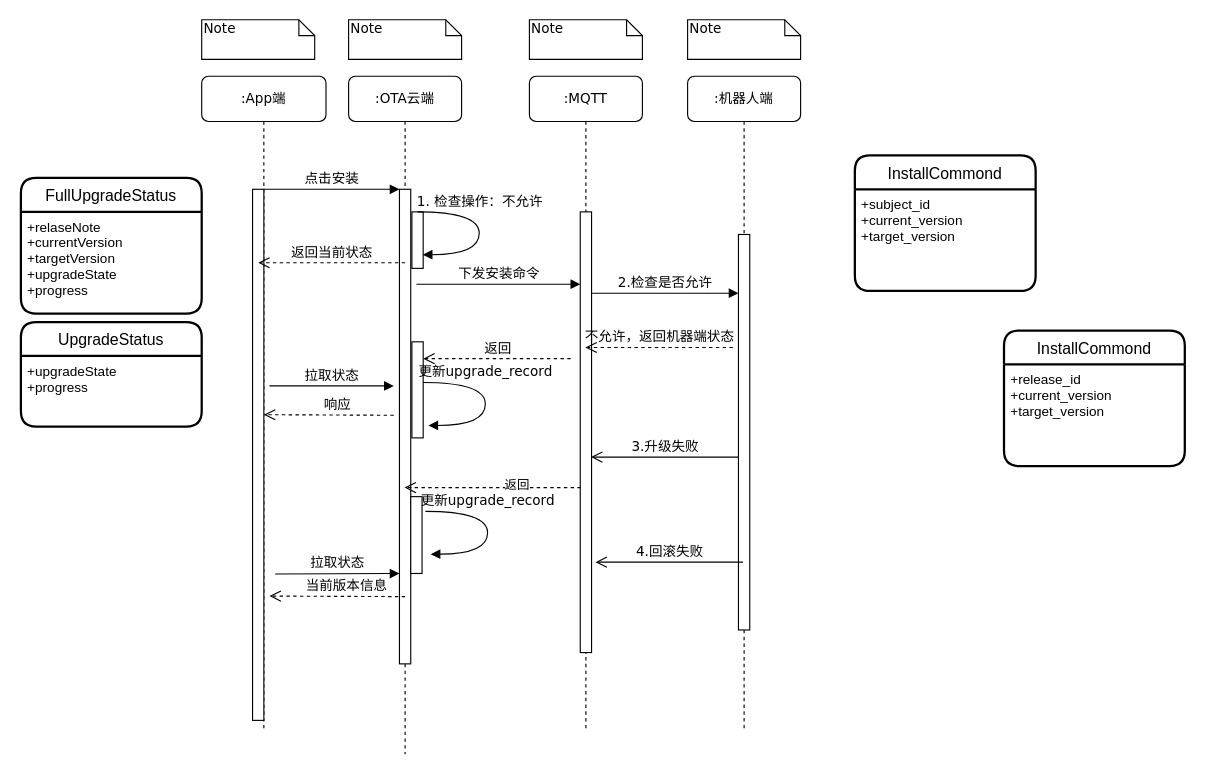
This is craft/ex upgrade_flow.drawio from feihu618/drawio, a draw.io file, before an edit. Source tidied: cells renumbered, new cells numbered last; positions are measured from the earlier drawing's top-left corner, leaving out a move shared by most shapes. Both pictures are drawn from the tidied source at 113%, with x=0, y=0 at pixel (20, 19).
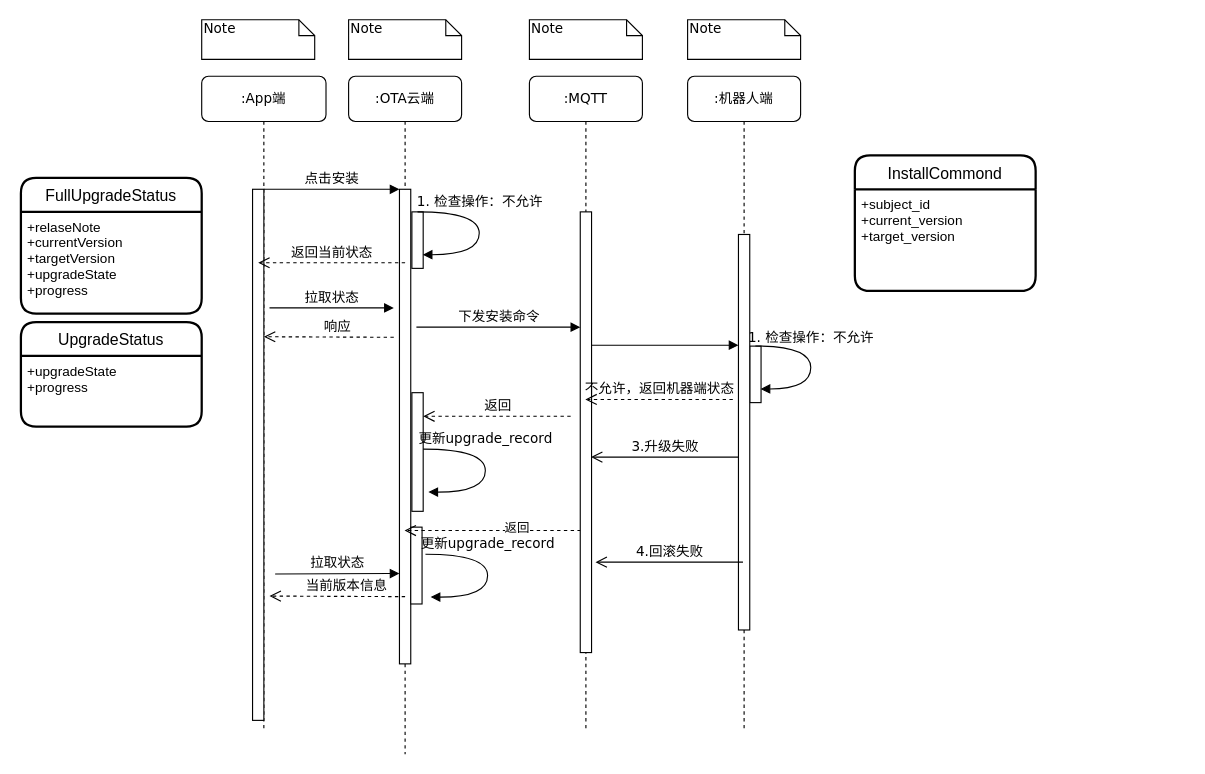
The same page after the edit.

Unchanged cells that the change refers to:
```xml
<mxCell id="2" value=":OTA云端" style="shape=umlLifeline;perimeter=lifelinePerimeter;whiteSpace=wrap;html=1;outlineConnect=0;rounded=1;shadow=0;comic=0;labelBackgroundColor=none;strokeWidth=1;fontFamily=Verdana;fontSize=12;align=center;" parent="1" vertex="1">
  <mxGeometry x="290" y="50" width="100" height="600" as="geometry" />
</mxCell>
<mxCell id="11" value=":机器人端" style="shape=umlLifeline;perimeter=lifelinePerimeter;whiteSpace=wrap;html=1;rounded=1;shadow=0;comic=0;labelBackgroundColor=none;strokeWidth=1;fontFamily=Verdana;fontSize=12;align=center;" parent="1" vertex="1">
  <mxGeometry x="590" y="50" width="100" height="580" as="geometry" />
</mxCell>
<mxCell id="12" value=":App端" style="shape=umlLifeline;perimeter=lifelinePerimeter;whiteSpace=wrap;html=1;rounded=1;shadow=0;comic=0;labelBackgroundColor=none;strokeWidth=1;fontFamily=Verdana;fontSize=12;align=center;" parent="1" vertex="1">
  <mxGeometry x="160" y="50" width="110" height="580" as="geometry" />
</mxCell>
```

What changed in the source:
```diff
@@
     <mxCell id="4" style="html=1;perimeter=orthogonalPerimeter;rounded=0;shadow=0;comic=0;labelBackgroundColor=none;strokeWidth=1;fontFamily=Verdana;fontSize=12;align=center;" parent="2" vertex="1">
-      <mxGeometry x="55" y="372" width="10" height="68" as="geometry" />
+      <mxGeometry x="55" y="399" width="10" height="68" as="geometry" />
     </mxCell>
@@
-    <mxCell id="7" style="html=1;verticalAlign=bottom;endArrow=open;endSize=8;labelBackgroundColor=none;fontFamily=Verdana;fontSize=12;dashed=1;" parent="2" edge="1" target="2">
+    <mxCell id="7" style="html=1;verticalAlign=bottom;endArrow=open;endSize=8;labelBackgroundColor=none;fontFamily=Verdana;fontSize=12;dashed=1;" parent="2" edge="1">
       <mxGeometry relative="1" as="geometry">
-        <mxPoint x="205.5" y="364" as="sourcePoint" />
+        <mxPoint x="205.5" y="402" as="sourcePoint" />
+        <mxPoint x="49.5" y="402" as="targetPoint" />
       </mxGeometry>
     </mxCell>
@@
+    <mxCell id="43" style="html=1;perimeter=orthogonalPerimeter;rounded=0;shadow=0;comic=0;labelBackgroundColor=none;strokeWidth=1;fontFamily=Verdana;fontSize=12;align=center;" parent="11" vertex="1">
+      <mxGeometry x="55" y="238.8" width="10" height="50" as="geometry" />
+    </mxCell>
+    <mxCell id="44" value="1. 检查操作：不允许" style="html=1;verticalAlign=bottom;endArrow=block;labelBackgroundColor=none;fontFamily=Verdana;fontSize=12;elbow=vertical;edgeStyle=orthogonalEdgeStyle;curved=1;entryX=1;entryY=0.286;entryPerimeter=0;exitX=1.038;exitY=0.345;exitPerimeter=0;" parent="11" edge="1">
+      <mxGeometry x="-0.23" relative="1" as="geometry">
+        <mxPoint x="60" y="238.7" as="sourcePoint" />
+        <mxPoint x="64.6" y="276.7" as="targetPoint" />
+        <Array as="points">
+          <mxPoint x="109" y="238.8" />
+          <mxPoint x="109" y="276.8" />
+        </Array>
+      </mxGeometry>
+    </mxCell>
@@
     <mxCell id="14" value="响应" style="html=1;verticalAlign=bottom;endArrow=open;dashed=1;endSize=8;labelBackgroundColor=none;fontFamily=Verdana;fontSize=12;" parent="12" edge="1">
       <mxGeometry x="-0.13" relative="1" as="geometry">
-        <mxPoint x="170" y="300" as="sourcePoint" />
-        <mxPoint x="55" y="299.5" as="targetPoint" />
+        <mxPoint x="170" y="231" as="sourcePoint" />
+        <mxPoint x="55" y="230.5" as="targetPoint" />
       </mxGeometry>
     </mxCell>
@@
-    <mxCell id="16" value="2.检查是否允许" style="html=1;verticalAlign=bottom;endArrow=block;labelBackgroundColor=none;fontFamily=Verdana;fontSize=12;edgeStyle=elbowEdgeStyle;elbow=vertical;" parent="1" edge="1">
+    <mxCell id="16" style="html=1;verticalAlign=bottom;endArrow=block;labelBackgroundColor=none;fontFamily=Verdana;fontSize=12;edgeStyle=elbowEdgeStyle;elbow=vertical;" parent="1" edge="1">
       <mxGeometry relative="1" as="geometry">
-        <mxPoint x="505" y="242" as="sourcePoint" />
-        <mxPoint x="635" y="242" as="targetPoint" />
+        <mxPoint x="505" y="288" as="sourcePoint" />
+        <mxPoint x="635" y="288" as="targetPoint" />
         <Array as="points">
-          <mxPoint x="510" y="242" />
+          <mxPoint x="510" y="288" />
         </Array>
       </mxGeometry>
     </mxCell>
@@
     <mxCell id="18" value="下发安装命令" style="html=1;verticalAlign=bottom;endArrow=block;entryX=0;entryY=0;labelBackgroundColor=none;fontFamily=Verdana;fontSize=12;edgeStyle=elbowEdgeStyle;elbow=vertical;startArrow=none;" parent="1" edge="1">
       <mxGeometry relative="1" as="geometry">
-        <mxPoint x="350" y="234" as="sourcePoint" />
-        <mxPoint x="495" y="234" as="targetPoint" />
+        <mxPoint x="350" y="272" as="sourcePoint" />
+        <mxPoint x="495" y="272" as="targetPoint" />
       </mxGeometry>
     </mxCell>
@@
     <mxCell id="25" value="不允许，返回机器端状态" style="html=1;verticalAlign=bottom;endArrow=open;dashed=1;endSize=8;labelBackgroundColor=none;fontFamily=Verdana;fontSize=12;" parent="1" edge="1">
       <mxGeometry relative="1" as="geometry">
-        <mxPoint x="630" y="290" as="sourcePoint" />
-        <mxPoint x="499.5" y="290" as="targetPoint" />
+        <mxPoint x="630" y="336" as="sourcePoint" />
+        <mxPoint x="499.5" y="336" as="targetPoint" />
       </mxGeometry>
     </mxCell>
@@
     <mxCell id="27" value="拉取状态" style="html=1;verticalAlign=bottom;endArrow=block;entryX=0;entryY=0;labelBackgroundColor=none;fontFamily=Verdana;fontSize=12;edgeStyle=elbowEdgeStyle;elbow=vertical;" parent="1" edge="1">
       <mxGeometry relative="1" as="geometry">
-        <mxPoint x="220" y="324" as="sourcePoint" />
-        <mxPoint x="330" y="323.5" as="targetPoint" />
+        <mxPoint x="220" y="255" as="sourcePoint" />
+        <mxPoint x="330" y="254.5" as="targetPoint" />
       </mxGeometry>
     </mxCell>
@@
     <mxCell id="30" value="更新upgrade_record" style="html=1;verticalAlign=bottom;endArrow=block;labelBackgroundColor=none;fontFamily=Verdana;fontSize=12;elbow=vertical;edgeStyle=orthogonalEdgeStyle;curved=1;entryX=1;entryY=0.286;entryPerimeter=0;exitX=1.038;exitY=0.345;exitPerimeter=0;" parent="1" edge="1">
       <mxGeometry x="-0.23" relative="1" as="geometry">
-        <mxPoint x="358" y="435" as="sourcePoint" />
-        <mxPoint x="362.6" y="472.9" as="targetPoint" />
+        <mxPoint x="358" y="473" as="sourcePoint" />
+        <mxPoint x="362.6" y="510.9" as="targetPoint" />
         <Array as="points">
-          <mxPoint x="413" y="435" />
           <mxPoint x="413" y="473" />
+          <mxPoint x="413" y="511" />
         </Array>
       </mxGeometry>
     </mxCell>
@@
     <mxCell id="33" style="html=1;perimeter=orthogonalPerimeter;rounded=0;shadow=0;comic=0;labelBackgroundColor=none;strokeWidth=1;fontFamily=Verdana;fontSize=12;align=center;" parent="1" vertex="1">
-      <mxGeometry x="346" y="285" width="10" height="85" as="geometry" />
+      <mxGeometry x="346" y="330" width="10" height="105" as="geometry" />
     </mxCell>
     <mxCell id="34" value="返回" style="html=1;verticalAlign=bottom;endArrow=open;dashed=1;endSize=8;labelBackgroundColor=none;fontFamily=Verdana;fontSize=12;" parent="1" edge="1">
       <mxGeometry relative="1" as="geometry">
-        <mxPoint x="486.5" y="299.9" as="sourcePoint" />
-        <mxPoint x="356" y="299.9" as="targetPoint" />
+        <mxPoint x="486.5" y="350.9" as="sourcePoint" />
+        <mxPoint x="356" y="350.9" as="targetPoint" />
       </mxGeometry>
     </mxCell>
     <mxCell id="35" value="更新upgrade_record" style="html=1;verticalAlign=bottom;endArrow=block;labelBackgroundColor=none;fontFamily=Verdana;fontSize=12;elbow=vertical;edgeStyle=orthogonalEdgeStyle;curved=1;entryX=1;entryY=0.286;entryPerimeter=0;exitX=1.038;exitY=0.345;exitPerimeter=0;" parent="1" edge="1">
       <mxGeometry x="-0.23" relative="1" as="geometry">
-        <mxPoint x="356" y="321" as="sourcePoint" />
-        <mxPoint x="360.6" y="359" as="targetPoint" />
+        <mxPoint x="356" y="380" as="sourcePoint" />
+        <mxPoint x="360.6" y="418" as="targetPoint" />
         <Array as="points">
-          <mxPoint x="411" y="321" />
-          <mxPoint x="411" y="359" />
+          <mxPoint x="411" y="380" />
+          <mxPoint x="411" y="418" />
         </Array>
       </mxGeometry>
     </mxCell>
@@
-    <mxCell id="41" value="InstallCommond" style="swimlane;horizontal=1;startSize=30;rounded=1;fontSize=14;fontStyle=0;strokeWidth=2;shadow=0;dashed=0;align=center;" parent="1" vertex="1">
-      <mxGeometry x="870" y="275" width="160" height="120" as="geometry" />
-    </mxCell>
-    <mxCell id="42" value="+release_id&#10;+current_version&#10;+target_version" style="align=left;strokeColor=none;fillColor=none;spacingLeft=4;fontSize=12;verticalAlign=top;" parent="41" vertex="1">
-      <mxGeometry y="30" width="160" height="90" as="geometry" />
-    </mxCell>
```
